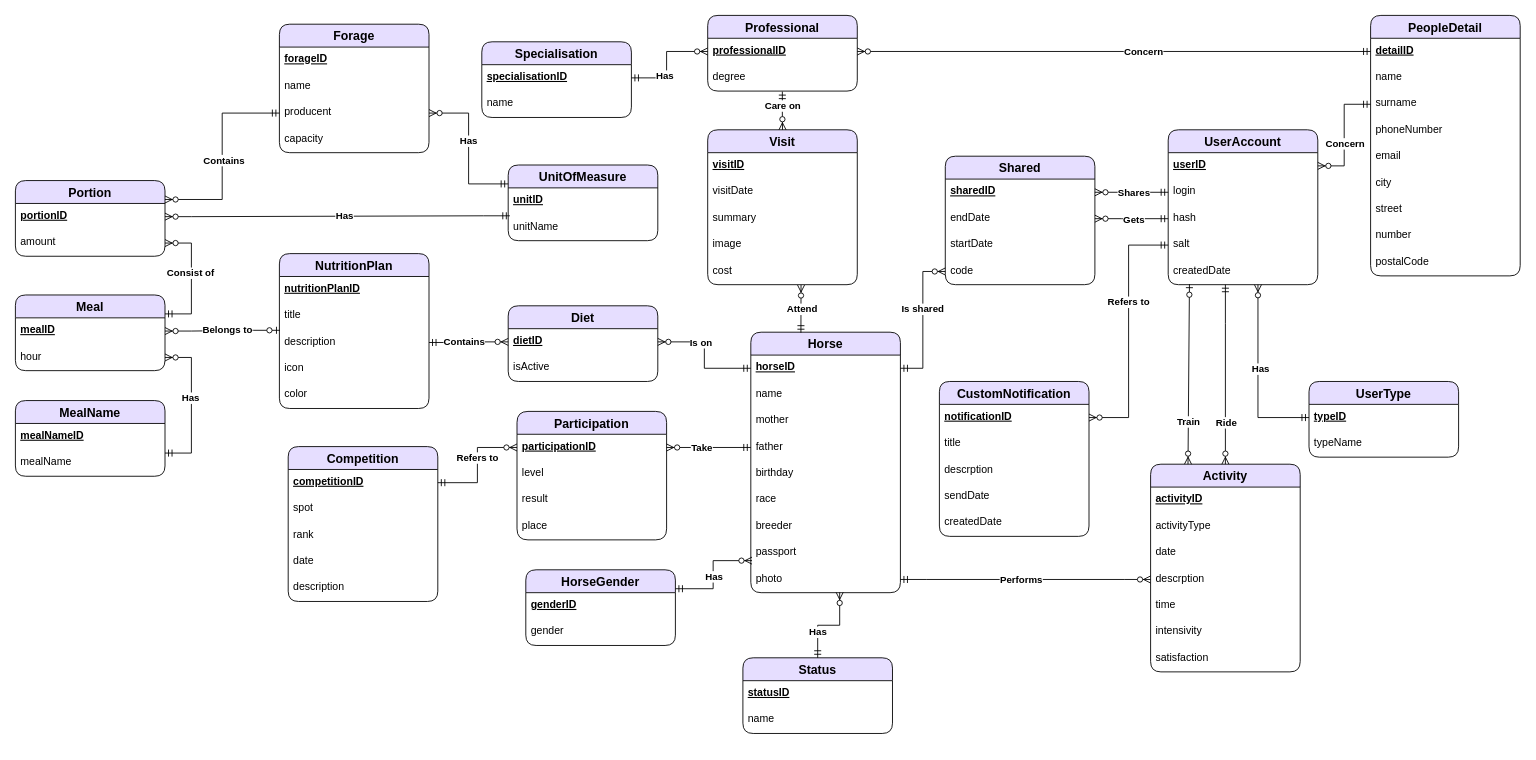
This is Diagrams/Diagram ERD.drawio from NSzymczak/HorseTracking, a draw.io file, before an edit. Source tidied: cells renumbered, new cells numbered last; positions are measured from the earlier drawing's top-left corner, leaving out a move shared by most shapes. Both pictures are drawn from the tidied source at 88%, with x=0, y=0 at pixel (15, 15).
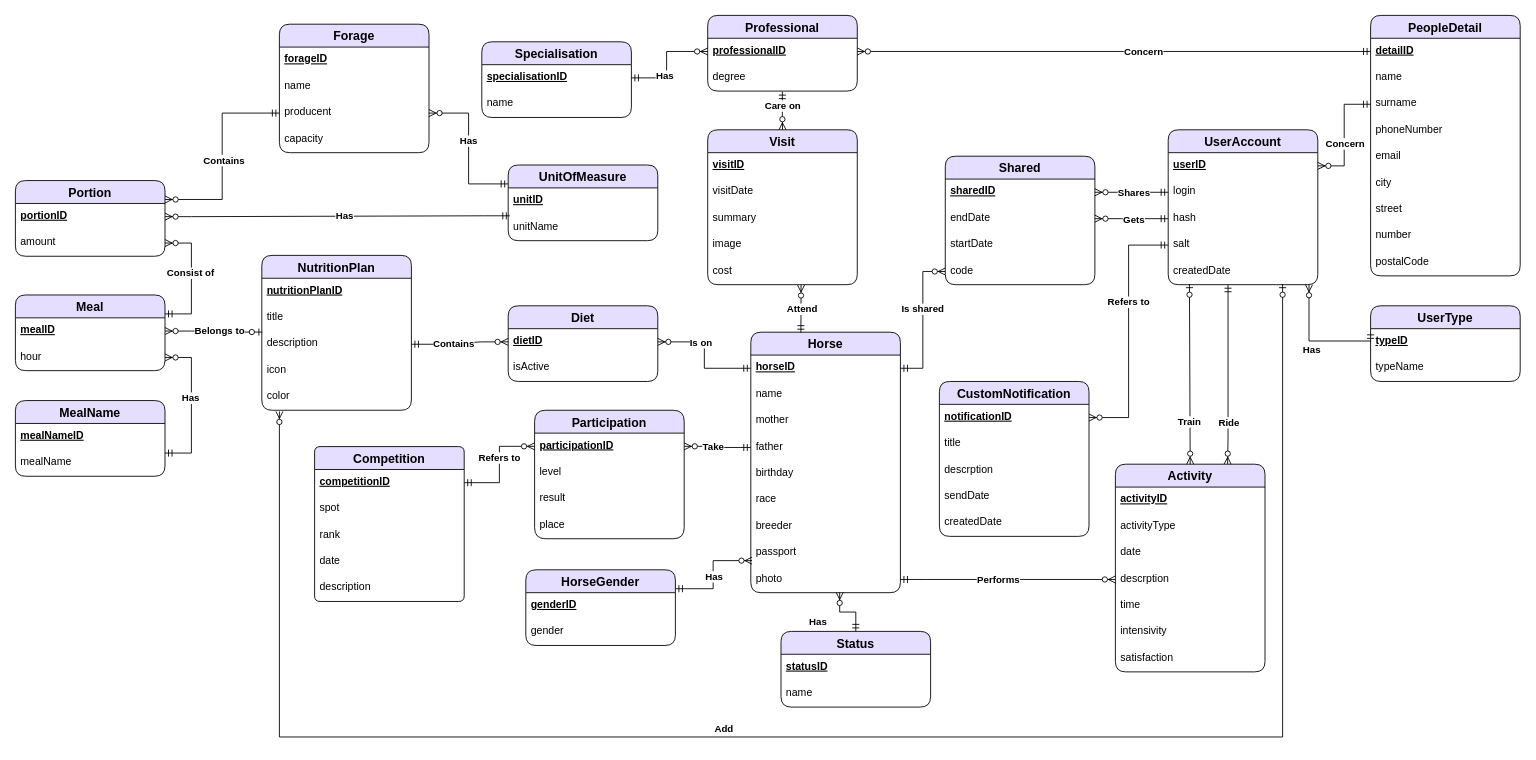
After the change.

The change refers to these unchanged cells:
```xml
<mxCell id="38" value="typeID" style="text;strokeColor=none;fillColor=none;spacingLeft=4;spacingRight=4;overflow=hidden;points=[[0,0.5],[1,0.5]];portConstraint=eastwest;fontSize=12;fontStyle=5;" parent="37" vertex="1">
  <mxGeometry y="26" width="170" height="30" as="geometry" />
</mxCell>
<mxCell id="45" value="createdDate" style="text;strokeColor=none;fillColor=none;spacingLeft=4;spacingRight=4;overflow=hidden;points=[[0,0.5],[1,0.5]];portConstraint=eastwest;fontSize=12;" parent="40" vertex="1">
  <mxGeometry y="146" width="170" height="30" as="geometry" />
</mxCell>
```

Change to the diagram source:
```diff
@@
     <mxCell id="37" value="UserType" style="swimlane;fontStyle=1;horizontal=1;startSize=26;align=center;fontSize=14;rounded=1;shadow=0;fillColor=#E6DEFF;swimlaneFillColor=#FFFFFF;" parent="1" vertex="1">
-      <mxGeometry x="1470" y="416" width="170" height="86" as="geometry" />
+      <mxGeometry x="1540" y="330" width="170" height="86" as="geometry" />
     </mxCell>
@@
     <mxCell id="56" value="Activity" style="swimlane;fontStyle=1;horizontal=1;startSize=26;align=center;fontSize=14;rounded=1;shadow=0;fillColor=#E6DEFF;swimlaneFillColor=#FFFFFF;" parent="1" vertex="1">
-      <mxGeometry x="1290" y="510" width="170" height="236" as="geometry" />
+      <mxGeometry x="1250" y="510" width="170" height="236" as="geometry" />
     </mxCell>
@@
     <mxCell id="70" value="Status" style="swimlane;fontStyle=1;horizontal=1;startSize=26;align=center;fontSize=14;rounded=1;shadow=0;fillColor=#E6DEFF;swimlaneFillColor=#FFFFFF;" parent="1" vertex="1">
-      <mxGeometry x="826.7" y="730" width="170" height="86" as="geometry" />
+      <mxGeometry x="870" y="700" width="170" height="86" as="geometry" />
     </mxCell>
@@
-    <mxCell id="76" value="Competition" style="swimlane;fontStyle=1;horizontal=1;startSize=26;align=center;fontSize=14;rounded=1;shadow=0;fillColor=#E6DEFF;swimlaneFillColor=#FFFFFF;" parent="1" vertex="1">
-      <mxGeometry x="310" y="490" width="170" height="176" as="geometry" />
+    <mxCell id="76" value="Competition" style="swimlane;fontStyle=1;horizontal=1;startSize=26;align=center;fontSize=14;rounded=1;shadow=0;fillColor=#E6DEFF;swimlaneFillColor=#FFFFFF;arcSize=8;" parent="1" vertex="1">
+      <mxGeometry x="340" y="490" width="170" height="176" as="geometry" />
     </mxCell>
@@
     <mxCell id="82" value="Participation" style="swimlane;fontStyle=1;horizontal=1;startSize=26;align=center;fontSize=14;rounded=1;shadow=0;fillColor=#E6DEFF;swimlaneFillColor=#FFFFFF;arcSize=16;" parent="1" vertex="1">
-      <mxGeometry x="570" y="450" width="170" height="146" as="geometry" />
+      <mxGeometry x="590" y="448.7" width="170" height="146" as="geometry" />
     </mxCell>
@@
     <mxCell id="87" value="NutritionPlan" style="swimlane;fontStyle=1;horizontal=1;startSize=26;align=center;fontSize=14;rounded=1;shadow=0;fillColor=#E6DEFF;swimlaneFillColor=#FFFFFF;" parent="1" vertex="1">
-      <mxGeometry x="300" y="270.7" width="170" height="176" as="geometry" />
+      <mxGeometry x="280" y="272.7" width="170" height="176" as="geometry" />
     </mxCell>
@@
     <mxCell id="122" style="edgeStyle=orthogonalEdgeStyle;fontSize=12;html=1;endArrow=ERzeroToMany;startArrow=ERmandOne;rounded=0;exitX=0;exitY=0.5;exitDx=0;exitDy=0;" parent="1" edge="1" source="38" target="45">
       <mxGeometry relative="1" as="geometry">
         <Array as="points">
-          <mxPoint x="1412" y="457" />
+          <mxPoint x="1540" y="370" />
+          <mxPoint x="1470" y="370" />
         </Array>
       </mxGeometry>
     </mxCell>
@@
-    <mxCell id="151" style="fontSize=12;html=1;endArrow=ERzeroToMany;startArrow=ERmandOne;rounded=0;edgeStyle=orthogonalEdgeStyle;entryX=0.5;entryY=0;entryDx=0;entryDy=0;" parent="1" edge="1" source="45" target="56">
+    <mxCell id="151" style="fontSize=12;html=1;endArrow=ERzeroToMany;startArrow=ERmandOne;rounded=0;edgeStyle=orthogonalEdgeStyle;entryX=0.75;entryY=0;entryDx=0;entryDy=0;" parent="1" edge="1" source="45" target="56">
       <mxGeometry relative="1" as="geometry">
         <Array as="points">
-          <mxPoint x="1375" y="350" />
-          <mxPoint x="1375" y="350" />
+          <mxPoint x="1378" y="480" />
+          <mxPoint x="1378" y="480" />
         </Array>
       </mxGeometry>
     </mxCell>
@@
-    <mxCell id="153" style="fontSize=12;html=1;endArrow=ERzeroToMany;startArrow=ERzeroToOne;rounded=0;entryX=0.25;entryY=0;entryDx=0;entryDy=0;exitX=0.142;exitY=0.98;exitDx=0;exitDy=0;exitPerimeter=0;" parent="1" edge="1" source="45" target="56">
+    <mxCell id="153" style="fontSize=12;html=1;endArrow=ERzeroToMany;startArrow=ERzeroToOne;rounded=0;entryX=0.5;entryY=0;entryDx=0;entryDy=0;exitX=0.142;exitY=0.98;exitDx=0;exitDy=0;exitPerimeter=0;" parent="1" edge="1" source="45" target="56">
       <mxGeometry relative="1" as="geometry" />
     </mxCell>
@@
+    <mxCell id="155" style="fontSize=12;html=1;endArrow=ERzeroToMany;startArrow=ERzeroToOne;rounded=0;exitX=0.142;exitY=0.98;exitDx=0;exitDy=0;exitPerimeter=0;" parent="1" edge="1">
+      <mxGeometry relative="1" as="geometry">
+        <mxPoint x="1440" y="305.4" as="sourcePoint" />
+        <mxPoint x="300" y="450" as="targetPoint" />
+        <Array as="points">
+          <mxPoint x="1440" y="820" />
+          <mxPoint x="300" y="820" />
+        </Array>
+      </mxGeometry>
+    </mxCell>
+    <mxCell id="156" value="&lt;b&gt;Add&lt;/b&gt;" style="edgeLabel;html=1;align=center;verticalAlign=middle;" parent="155" vertex="1">
+      <mxGeometry x="-0.16" y="-1" relative="1" as="geometry">
+        <mxPoint x="-300" y="-9" as="offset" />
+      </mxGeometry>
+    </mxCell>
```
